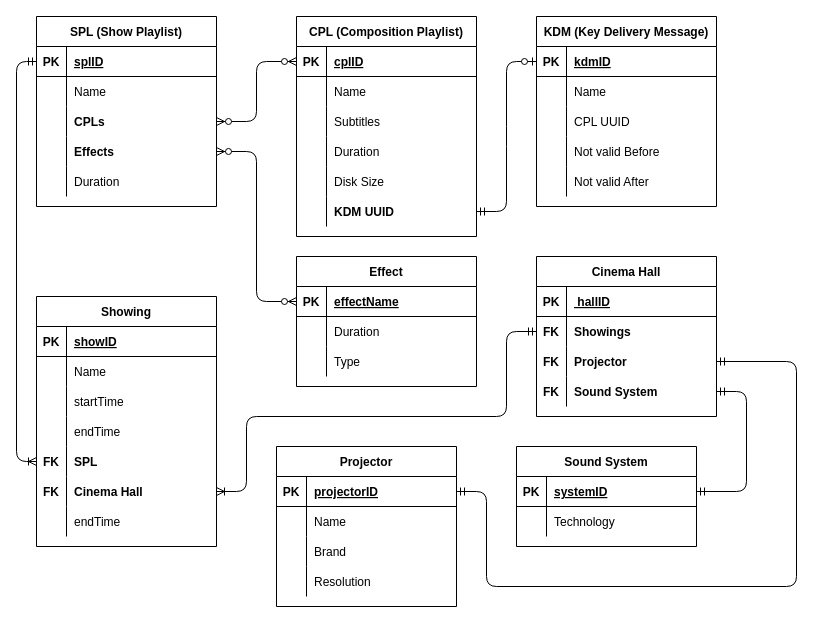
Above: DiagramDataBase.drawio in John15321/CinemaManagementSystem (draw.io), before the change. Source tidied: cells renumbered, new cells numbered last; positions are measured from the earlier drawing's top-left corner, leaving out a move shared by most shapes. Both pictures are drawn from the tidied source at 100%, with x=0, y=0 at pixel (16, 16).
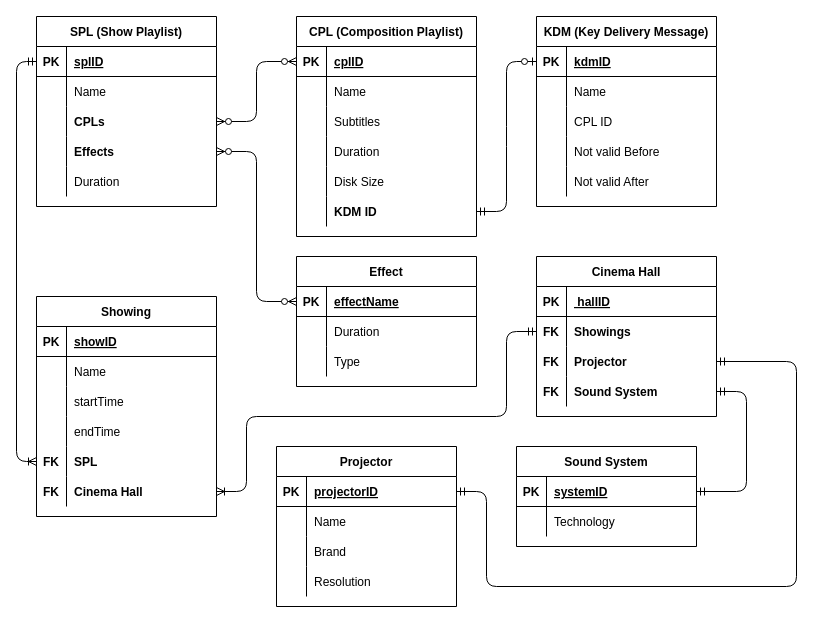
After the change.

Unchanged cells that the change refers to:
```xml
<mxCell id="18" style="shape=partialRectangle;fillColor=none;top=0;left=0;bottom=0;right=0;points=[[0,0.5],[1,0.5]];portConstraint=eastwest;" parent="2" vertex="1">
  <mxGeometry y="180" width="180" height="30" as="geometry" />
</mxCell>
<mxCell id="28" style="shape=partialRectangle;fillColor=none;top=0;left=0;bottom=0;right=0;" parent="21" vertex="1">
  <mxGeometry y="90" width="180" height="30" as="geometry" />
</mxCell>
```

The edit, as a diff of the source:
```diff
@@
-    <mxCell id="20" value="KDM UUID" style="shape=partialRectangle;fillColor=none;top=0;left=0;bottom=0;right=0;align=left;spacingLeft=6;overflow=hidden;fontStyle=1;" parent="18" vertex="1">
+    <mxCell id="20" value="KDM ID" style="shape=partialRectangle;fillColor=none;top=0;left=0;bottom=0;right=0;align=left;spacingLeft=6;overflow=hidden;fontStyle=1;" parent="18" vertex="1">
       <mxGeometry x="30" width="150" height="30" as="geometry" />
     </mxCell>
@@
-    <mxCell id="30" value="CPL UUID" style="shape=partialRectangle;fillColor=none;top=0;left=0;bottom=0;right=0;align=left;spacingLeft=6;overflow=hidden;" parent="28" vertex="1">
+    <mxCell id="30" value="CPL ID" style="shape=partialRectangle;fillColor=none;top=0;left=0;bottom=0;right=0;align=left;spacingLeft=6;overflow=hidden;" parent="28" vertex="1">
       <mxGeometry x="30" width="150" height="30" as="geometry" />
     </mxCell>
@@
     <mxCell id="66" value="Showing" style="shape=table;startSize=30;childLayout=tableLayout;rowLines=0;fontStyle=1;align=center;" parent="1" vertex="1">
-      <mxGeometry x="20" y="280" width="180" height="250" as="geometry" />
+      <mxGeometry x="20" y="280" width="180" height="220" as="geometry" />
     </mxCell>
@@
-    <mxCell id="85" style="shape=partialRectangle;fillColor=none;top=0;left=0;bottom=0;right=0;" parent="66" vertex="1">
-      <mxGeometry y="210" width="180" height="30" as="geometry" />
-    </mxCell>
-    <mxCell id="86" style="shape=partialRectangle;fillColor=none;top=0;left=0;bottom=0;right=0;overflow=hidden;" parent="85" vertex="1">
-      <mxGeometry width="30" height="30" as="geometry" />
-    </mxCell>
-    <mxCell id="87" value="endTime" style="shape=partialRectangle;fillColor=none;top=0;left=0;bottom=0;right=0;align=left;spacingLeft=6;overflow=hidden;" parent="85" vertex="1">
-      <mxGeometry x="30" width="150" height="30" as="geometry" />
-    </mxCell>
```
